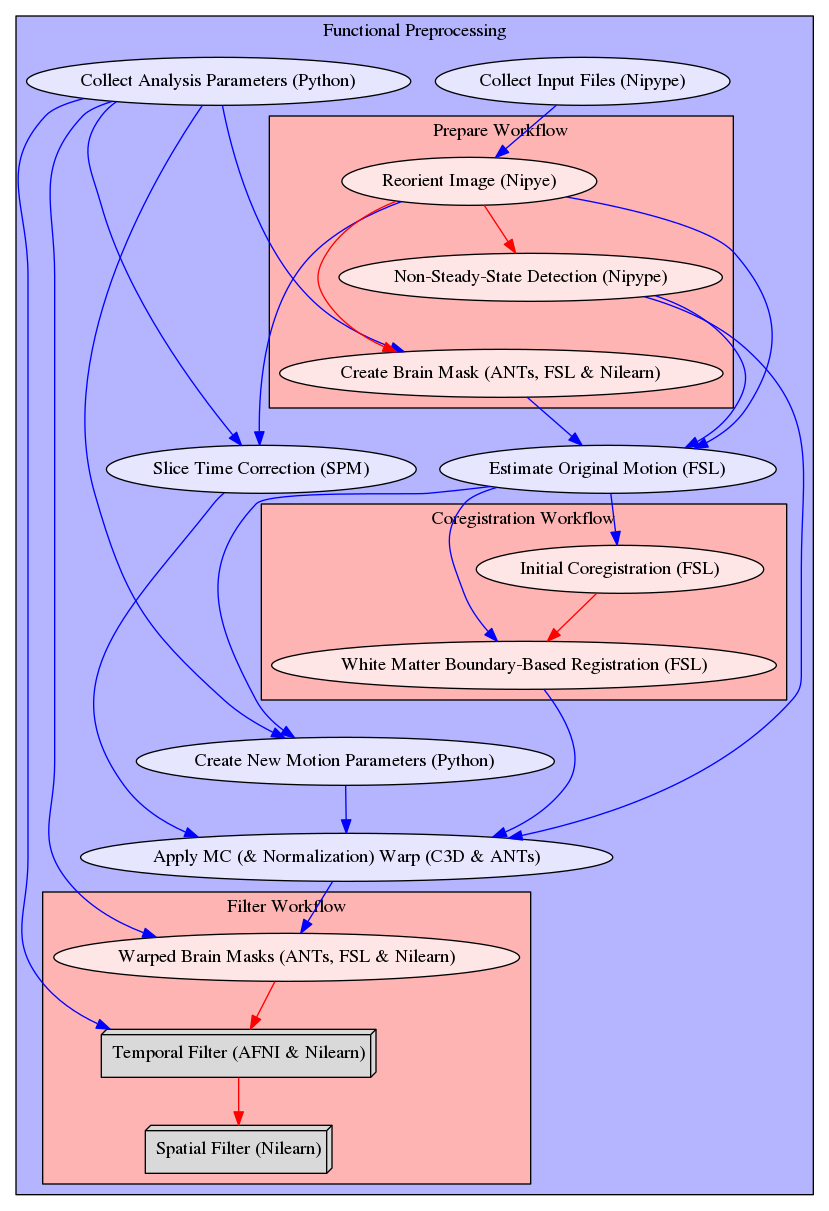
The Graphviz diagram static/preproc_func.png in miykael/fmriflows, before a commit. Its source is kept beside it as static/preproc_func.dot.
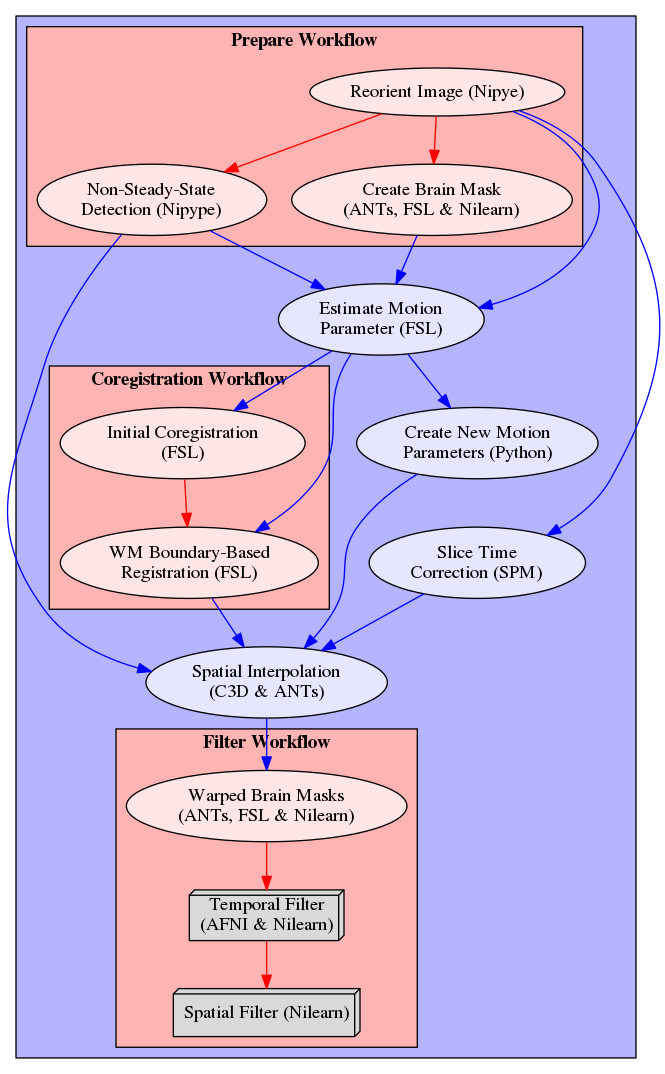
After the commit.

Commit message:
ENH: simplifies workflow graphs

Change to the diagram source:
```diff
@@ -3,21 +3,18 @@
       edge [color="#0000FF"];
       style=filled;
       fillcolor="#B4B4FF";
-      label="Functional Preprocessing";
-      motion_estimation[label="Estimate Original Motion (FSL)", style=filled, fillcolor="#E6E6FF"];
-      motion_parameters[label="Create New Motion Parameters (Python)", style=filled, fillcolor="#E6E6FF"];
-      slice_time[label="Slice Time Correction (SPM)", style=filled, fillcolor="#E6E6FF"];
-      get_Param[label="Collect Analysis Parameters (Python)", style=filled, fillcolor="#E6E6FF"];
-      inputnode[label="Collect Input Files (Nipype)", style=filled, fillcolor="#E6E6FF"];
-      apply_warp[label="Apply MC (& Normalization) Warp (C3D & ANTs)", style=filled, fillcolor="#E6E6FF"];
+      motion_estimation[label="Estimate Motion\nParameter (FSL)", style=filled, fillcolor="#E6E6FF"];
+      motion_parameters[label="Create New Motion\nParameters (Python)", style=filled, fillcolor="#E6E6FF"];
+      slice_time[label="Slice Time\nCorrection (SPM)", style=filled, fillcolor="#E6E6FF"];
+      apply_warp[label="Spatial Interpolation\n(C3D & ANTs)", style=filled, fillcolor="#E6E6FF"];
     subgraph cluster_prepareflow {
             edge [color="#FF0000"];
             style=filled;
             fillcolor="#FFB4B4";
-            label="Prepare Workflow";
+            label=<<B>Prepare Workflow</B>>;
             prepareflow_reorient[label="Reorient Image (Nipye)", style=filled, fillcolor="#FFE6E6"];
-            prepareflow_nss_detection[label="Non-Steady-State Detection (Nipype)", style=filled, fillcolor="#FFE6E6"];
-            prepareflow_brain_extraction[label="Create Brain Mask (ANTs, FSL & Nilearn)", style=filled, fillcolor="#FFE6E6"];
+            prepareflow_nss_detection[label="Non-Steady-State\nDetection (Nipype)", style=filled, fillcolor="#FFE6E6"];
+            prepareflow_brain_extraction[label="Create Brain Mask\n(ANTs, FSL & Nilearn)", style=filled, fillcolor="#FFE6E6"];
             prepareflow_reorient -> prepareflow_nss_detection;
             prepareflow_reorient -> prepareflow_brain_extraction;
     }
@@ -25,27 +22,23 @@
             edge [color="#FF0000"];
             style=filled;
             fillcolor="#FFB4B4";
-            label="Coregistration Workflow";
-            coregflow_coreg_pre[label="Initial Coregistration (FSL)", style=filled, fillcolor="#FFE6E6"];
-            coregflow_coreg_bbr[label="White Matter Boundary-Based Registration (FSL)", style=filled, fillcolor="#FFE6E6"];
+            label=<<B>Coregistration Workflow</B>>;
+            coregflow_coreg_pre[label="Initial Coregistration\n(FSL)", style=filled, fillcolor="#FFE6E6"];
+            coregflow_coreg_bbr[label="WM Boundary-Based\nRegistration (FSL)", style=filled, fillcolor="#FFE6E6"];
             coregflow_coreg_pre -> coregflow_coreg_bbr;
     }
     subgraph cluster_filterflow {
             edge [color="#FF0000"];
             style=filled;
             fillcolor="#FFB4B4";
-            label="Filter Workflow";
-            filterflow_warp_masks[label="Warped Brain Masks (ANTs, FSL & Nilearn)", style=filled, fillcolor="#FFE6E6"];
-            filterflow_temporal_filter[label="Temporal Filter (AFNI & Nilearn)", shape=box3d,style=filled, color=black, colorscheme=greys7, fillcolor=2];
+            label=<<B>Filter Workflow</B>>;
+            filterflow_warp_masks[label="Warped Brain Masks\n(ANTs, FSL & Nilearn)", style=filled, fillcolor="#FFE6E6"];
+            filterflow_temporal_filter[label="Temporal Filter\n(AFNI & Nilearn)", shape=box3d,style=filled, color=black, colorscheme=greys7, fillcolor=2];
             filterflow_spatial_filter[label="Spatial Filter (Nilearn)", shape=box3d,style=filled, color=black, colorscheme=greys7, fillcolor=2];
             filterflow_warp_masks -> filterflow_temporal_filter;
             filterflow_temporal_filter -> filterflow_spatial_filter;
     }
-    get_Param -> prepareflow_reorient [color="#00000000"];
-    prepareflow_brain_extraction -> slice_time [color="#00000000"];
-    prepareflow_nss_detection -> prepareflow_brain_extraction [color="#00000000"];
-    coregflow_coreg_bbr -> motion_parameters [color="#00000000"];
-    inputnode -> prepareflow_reorient;
+    motion_parameters -> slice_time [color="#00000000"];
     prepareflow_reorient -> motion_estimation;
     prepareflow_brain_extraction -> motion_estimation;
     prepareflow_nss_detection -> motion_estimation;
@@ -58,10 +51,5 @@
     coregflow_coreg_bbr -> apply_warp;
     prepareflow_nss_detection -> apply_warp;
     apply_warp -> filterflow_warp_masks;
-    get_Param -> slice_time;
-    get_Param -> motion_parameters;
-    get_Param -> filterflow_warp_masks;
-    get_Param -> filterflow_temporal_filter;
-    get_Param -> prepareflow_brain_extraction;
   }
 }
```
